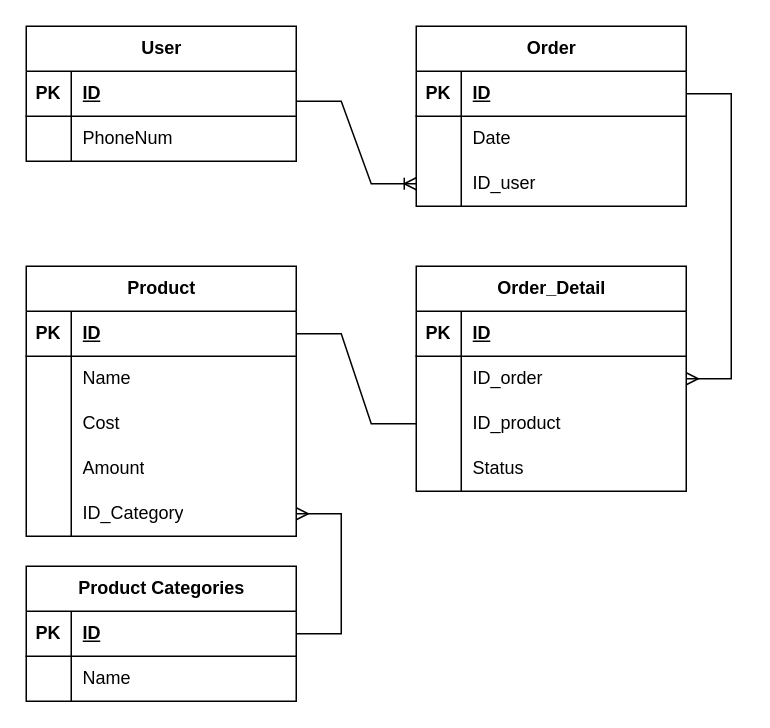
The draw.io diagram new.drawio in UserPotato228/CarProdCatalog, before the edit. Source tidied: cells renumbered, new cells numbered last; positions are measured from the earlier drawing's top-left corner, leaving out a move shared by most shapes. Both pictures are drawn from the tidied source at 150%, with x=0, y=0 at pixel (26, 26).
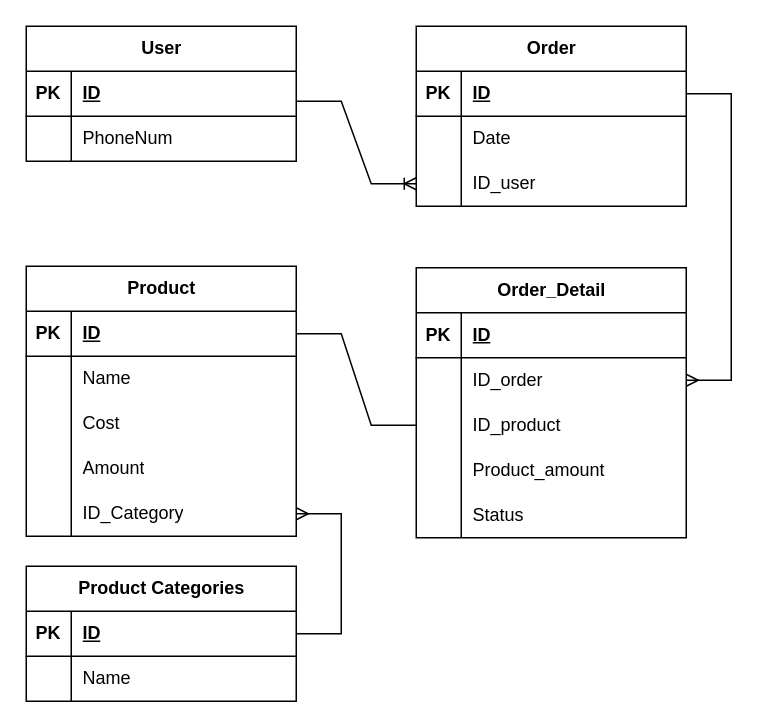
After the change.

Diff of the diagram source:
```diff
@@
     <mxCell id="19" value="Order_Detail" style="shape=table;startSize=30;childLayout=tableLayout;rowLines=0;fontStyle=1;align=center;html=1;" parent="1" vertex="1">
-      <mxGeometry x="260" y="160" width="180" height="150" as="geometry" />
+      <mxGeometry x="260" y="161" width="180" height="180" as="geometry" />
     </mxCell>
@@
+    <mxCell id="59" style="shape=tableRow;horizontal=0;startSize=0;swimlaneHead=0;swimlaneBody=0;fillColor=none;top=0;left=0;right=0;bottom=0;" parent="19" vertex="1">
+      <mxGeometry y="120" width="180" height="30" as="geometry" />
+    </mxCell>
+    <mxCell id="60" style="shape=partialRectangle;fillColor=none;top=0;left=0;bottom=0;right=0;overflow=hidden;whiteSpace=wrap;html=1;" parent="59" vertex="1">
+      <mxGeometry width="30" height="30" as="geometry" />
+    </mxCell>
+    <mxCell id="61" value="Product_amount" style="shape=partialRectangle;fillColor=none;top=0;left=0;bottom=0;right=0;align=left;spacingLeft=6;overflow=hidden;whiteSpace=wrap;html=1;" parent="59" vertex="1">
+      <mxGeometry x="30" width="150" height="30" as="geometry" />
+    </mxCell>
     <mxCell id="29" style="shape=tableRow;horizontal=0;startSize=0;swimlaneHead=0;swimlaneBody=0;fillColor=none;top=0;left=0;right=0;bottom=0;" parent="19" vertex="1">
-      <mxGeometry y="120" width="180" height="30" as="geometry" />
+      <mxGeometry y="150" width="180" height="30" as="geometry" />
     </mxCell>
```
